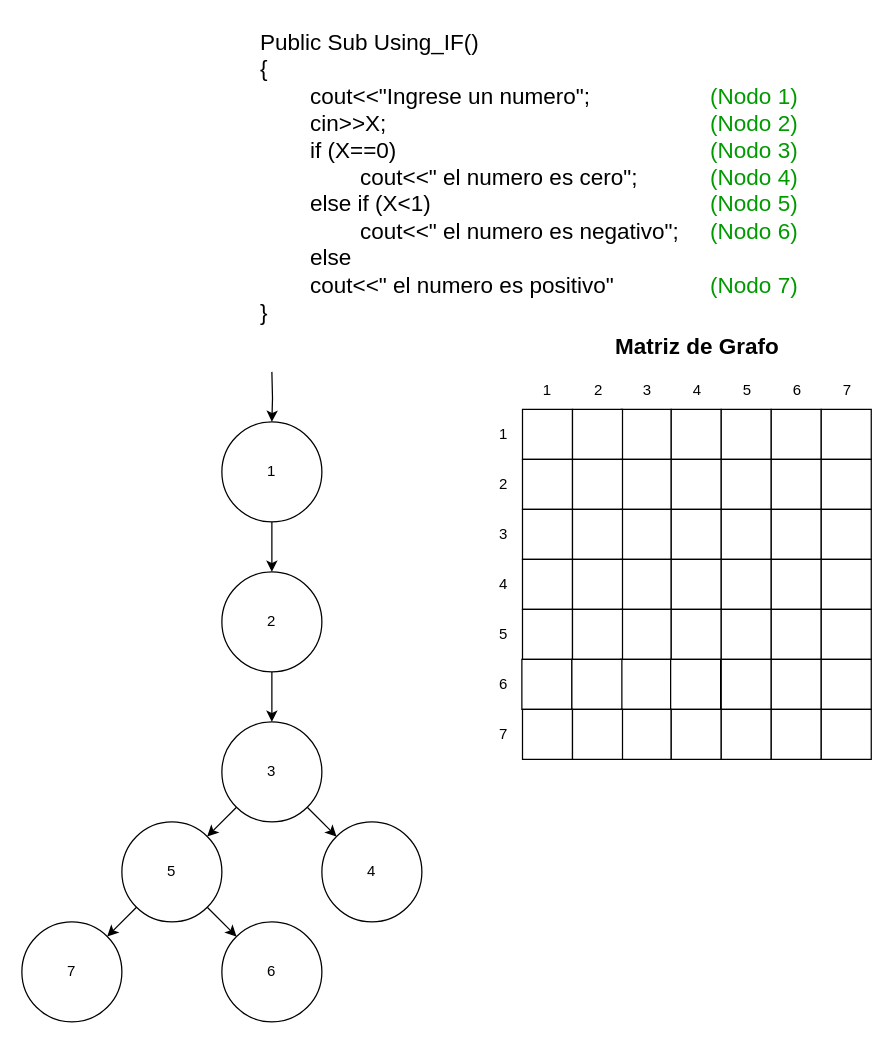
The draw.io diagram page "Matrices_de_grafos_y_de_conexion" (3 of 3) of Grafos_TP4_MII.drawio in JEOrellano/draw.io_TP4_G12_MII_TUSI, before the edit. Source tidied: cells renumbered, new cells numbered last; positions are measured from the earlier drawing's top-left corner, leaving out a move shared by most shapes. Both pictures are drawn from the tidied source at 125%, with x=0, y=0 at pixel (21, 21).
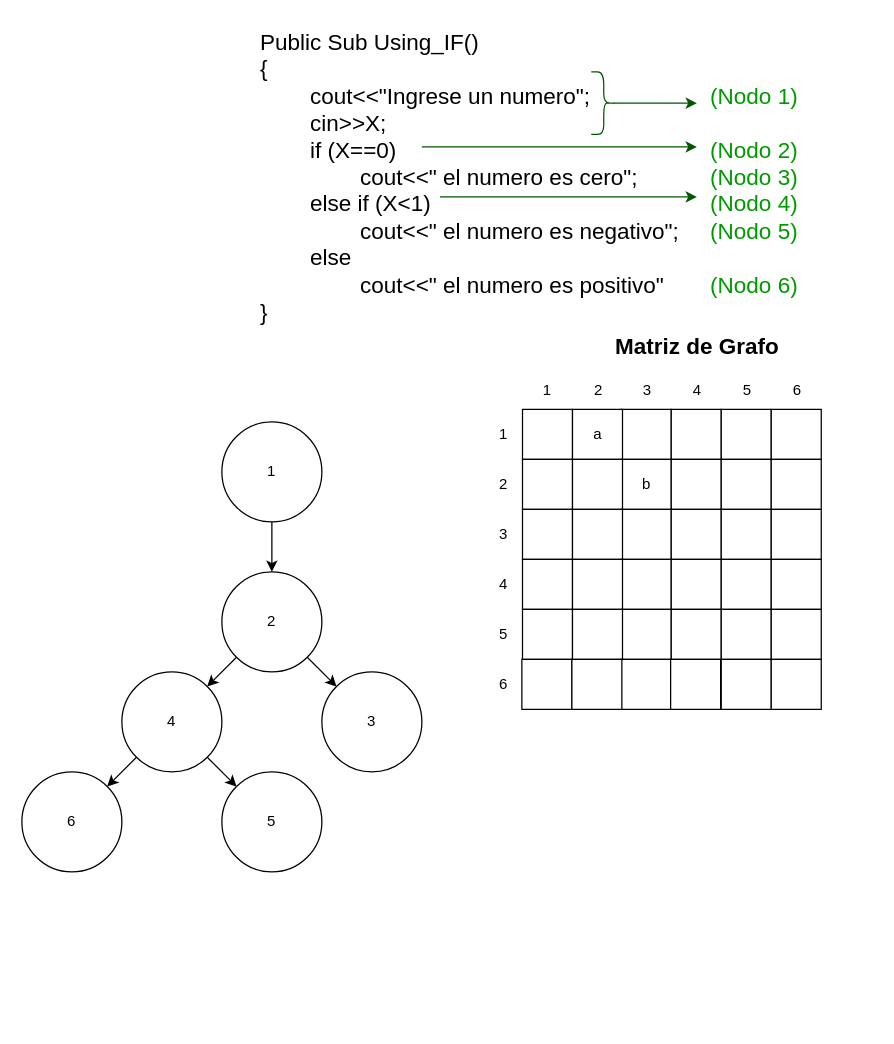
The same page after the edit.

What changed in the source:
```diff
@@
-    <mxCell id="2" value="&lt;div&gt;&lt;span style=&quot;font-size: 18px;&quot;&gt;Public Sub Using_IF()&lt;/span&gt;&lt;/div&gt;&lt;div&gt;&lt;span style=&quot;font-size: 18px; background-color: initial;&quot;&gt;{&lt;/span&gt;&lt;br&gt;&lt;/div&gt;&lt;div&gt;&lt;span style=&quot;background-color: initial; font-size: 18px;&quot;&gt;&lt;span style=&quot;white-space: pre;&quot;&gt;&#9;&lt;/span&gt;cout&amp;lt;&amp;lt;&quot;Ingrese un numero&quot;;&lt;span style=&quot;white-space: pre;&quot;&gt;&#9;&lt;/span&gt;&lt;span style=&quot;white-space: pre;&quot;&gt;&#9;&lt;/span&gt;&lt;span style=&quot;white-space: pre;&quot;&gt;&#9;&lt;/span&gt;&lt;font color=&quot;#009900&quot;&gt;(Nodo 1)&lt;/font&gt;&lt;/span&gt;&lt;br&gt;&lt;/div&gt;&lt;div&gt;&lt;span style=&quot;font-size: 18px;&quot;&gt;&lt;span style=&quot;white-space: pre;&quot;&gt;&#9;&lt;/span&gt;cin&amp;gt;&amp;gt;X;&lt;span style=&quot;white-space: pre;&quot;&gt;&#9;&lt;/span&gt;&lt;span style=&quot;white-space: pre;&quot;&gt;&#9;&lt;/span&gt;&lt;span style=&quot;white-space: pre;&quot;&gt;&#9;&lt;/span&gt;&lt;span style=&quot;white-space: pre;&quot;&gt;&#9;&lt;/span&gt;&lt;span style=&quot;white-space: pre;&quot;&gt;&#9;&lt;/span&gt;&lt;span style=&quot;white-space: pre;&quot;&gt;&#9;&lt;/span&gt;&lt;span style=&quot;white-space: pre;&quot;&gt;&#9;&lt;/span&gt;&lt;font color=&quot;#009900&quot;&gt;(Nodo 2)&lt;/font&gt;&lt;/span&gt;&lt;/div&gt;&lt;div&gt;&lt;span style=&quot;font-size: 18px;&quot;&gt;&lt;span style=&quot;white-space: pre;&quot;&gt;&#9;&lt;/span&gt;if (X==0)&lt;span style=&quot;white-space: pre;&quot;&gt;&#9;&lt;/span&gt;&lt;span style=&quot;white-space: pre;&quot;&gt;&#9;&lt;/span&gt;&lt;span style=&quot;white-space: pre;&quot;&gt;&#9;&lt;/span&gt;&lt;span style=&quot;white-space: pre;&quot;&gt;&#9;&lt;/span&gt;&lt;span style=&quot;white-space: pre;&quot;&gt;&#9;&lt;/span&gt;&lt;span style=&quot;white-space: pre;&quot;&gt;&#9;&lt;/span&gt;&lt;span style=&quot;white-space: pre;&quot;&gt;&#9;&lt;/span&gt;&lt;font color=&quot;#009900&quot;&gt;(Nodo 3)&lt;/font&gt;&lt;/span&gt;&lt;/div&gt;&lt;div&gt;&lt;span style=&quot;font-size: 18px;&quot;&gt;&lt;span style=&quot;white-space: pre;&quot;&gt;&#9;&lt;/span&gt;&lt;span style=&quot;white-space: pre;&quot;&gt;&#9;&lt;/span&gt;cout&amp;lt;&amp;lt;&quot; el numero es cero&quot;;&lt;span style=&quot;white-space: pre;&quot;&gt;&#9;&lt;/span&gt;&lt;span style=&quot;white-space: pre;&quot;&gt;&#9;&lt;/span&gt;&lt;font color=&quot;#009900&quot;&gt;(Nodo 4)&lt;/font&gt;&lt;/span&gt;&lt;/div&gt;&lt;div&gt;&lt;span style=&quot;font-size: 18px;&quot;&gt;&lt;span style=&quot;white-space: pre;&quot;&gt;&#9;&lt;/span&gt;else if (X&amp;lt;1)&lt;span style=&quot;white-space: pre;&quot;&gt;&#9;&lt;/span&gt;&lt;span style=&quot;white-space: pre;&quot;&gt;&#9;&lt;/span&gt;&lt;span style=&quot;white-space: pre;&quot;&gt;&#9;&lt;/span&gt;&lt;span style=&quot;white-space: pre;&quot;&gt;&#9;&lt;/span&gt;&lt;span style=&quot;white-space: pre;&quot;&gt;&#9;&lt;/span&gt;&lt;span style=&quot;white-space: pre;&quot;&gt;&#9;&lt;/span&gt;&lt;font color=&quot;#009900&quot;&gt;(Nodo 5)&lt;/font&gt;&lt;/span&gt;&lt;/div&gt;&lt;div&gt;&lt;span style=&quot;font-size: 18px; background-color: initial;&quot;&gt;&lt;span style=&quot;white-space: pre;&quot;&gt;&#9;&lt;/span&gt;&lt;span style=&quot;white-space: pre;&quot;&gt;&#9;&lt;/span&gt;cout&amp;lt;&amp;lt;&quot; el numero es negativo&quot;;&lt;span style=&quot;white-space: pre;&quot;&gt;&#9;&lt;/span&gt;&lt;font color=&quot;#009900&quot;&gt;(Nodo 6)&lt;/font&gt;&lt;/span&gt;&lt;br&gt;&lt;/div&gt;&lt;div&gt;&lt;span style=&quot;font-size: 18px;&quot;&gt;&lt;span style=&quot;white-space: pre;&quot;&gt;&#9;&lt;/span&gt;else&lt;/span&gt;&lt;/div&gt;&lt;div&gt;&lt;span style=&quot;font-size: 18px;&quot;&gt;&lt;span style=&quot;white-space: pre;&quot;&gt;&#9;&lt;/span&gt;cout&amp;lt;&amp;lt;&quot; el numero es positivo&quot;&lt;span style=&quot;white-space: pre;&quot;&gt;&#9;&lt;/span&gt;&lt;span style=&quot;white-space: pre;&quot;&gt;&#9;&lt;/span&gt;&lt;font color=&quot;#009900&quot;&gt;(Nodo 7)&lt;/font&gt;&lt;/span&gt;&lt;/div&gt;&lt;div&gt;&lt;span style=&quot;font-size: 18px;&quot;&gt;}&lt;br&gt;&lt;/span&gt;&lt;/div&gt;" style="text;html=1;align=left;verticalAlign=middle;strokeColor=none;fillColor=none;" parent="1" vertex="1">
+    <mxCell id="2" value="&lt;div&gt;&lt;span style=&quot;font-size: 18px;&quot;&gt;Public Sub Using_IF()&lt;/span&gt;&lt;/div&gt;&lt;div&gt;&lt;span style=&quot;font-size: 18px; background-color: initial;&quot;&gt;{&lt;/span&gt;&lt;br&gt;&lt;/div&gt;&lt;div&gt;&lt;span style=&quot;background-color: initial; font-size: 18px;&quot;&gt;&lt;span style=&quot;white-space: pre;&quot;&gt;&#9;&lt;/span&gt;cout&amp;lt;&amp;lt;&quot;Ingrese un numero&quot;;&lt;span style=&quot;white-space: pre;&quot;&gt;&#9;&lt;/span&gt;&lt;span style=&quot;white-space: pre;&quot;&gt;&#9;&lt;/span&gt;&lt;span style=&quot;white-space: pre;&quot;&gt;&#9;&lt;/span&gt;&lt;font color=&quot;#009900&quot;&gt;(Nodo 1)&lt;/font&gt;&lt;/span&gt;&lt;br&gt;&lt;/div&gt;&lt;div&gt;&lt;span style=&quot;font-size: 18px;&quot;&gt;&lt;span style=&quot;white-space: pre;&quot;&gt;&#9;&lt;/span&gt;cin&amp;gt;&amp;gt;X;&lt;span style=&quot;white-space: pre;&quot;&gt;&#9;&lt;/span&gt;&lt;span style=&quot;white-space: pre;&quot;&gt;&#9;&lt;/span&gt;&lt;span style=&quot;white-space: pre;&quot;&gt;&#9;&lt;/span&gt;&lt;span style=&quot;white-space: pre;&quot;&gt;&#9;&lt;/span&gt;&lt;span style=&quot;white-space: pre;&quot;&gt;&#9;&lt;/span&gt;&lt;span style=&quot;white-space: pre;&quot;&gt;&#9;&lt;/span&gt;&lt;span style=&quot;white-space: pre;&quot;&gt;&#9;&lt;/span&gt;&lt;/span&gt;&lt;/div&gt;&lt;div&gt;&lt;span style=&quot;font-size: 18px;&quot;&gt;&lt;span style=&quot;white-space: pre;&quot;&gt;&#9;&lt;/span&gt;if (X==0)&lt;span style=&quot;white-space: pre;&quot;&gt;&#9;&lt;/span&gt;&lt;span style=&quot;white-space: pre;&quot;&gt;&#9;&lt;/span&gt;&lt;span style=&quot;white-space: pre;&quot;&gt;&#9;&lt;/span&gt;&lt;span style=&quot;white-space: pre;&quot;&gt;&#9;&lt;/span&gt;&lt;span style=&quot;white-space: pre;&quot;&gt;&#9;&lt;/span&gt;&lt;span style=&quot;white-space: pre;&quot;&gt;&#9;&lt;/span&gt;&lt;span style=&quot;white-space: pre;&quot;&gt;&#9;&lt;/span&gt;&lt;font color=&quot;#009900&quot;&gt;(Nodo 2)&lt;/font&gt;&lt;/span&gt;&lt;/div&gt;&lt;div&gt;&lt;span style=&quot;font-size: 18px;&quot;&gt;&lt;span style=&quot;white-space: pre;&quot;&gt;&#9;&lt;/span&gt;&lt;span style=&quot;white-space: pre;&quot;&gt;&#9;&lt;/span&gt;cout&amp;lt;&amp;lt;&quot; el numero es cero&quot;;&lt;span style=&quot;white-space: pre;&quot;&gt;&#9;&lt;/span&gt;&lt;span style=&quot;white-space: pre;&quot;&gt;&#9;&lt;/span&gt;&lt;font color=&quot;#009900&quot;&gt;(Nodo 3)&lt;/font&gt;&lt;/span&gt;&lt;/div&gt;&lt;div&gt;&lt;span style=&quot;font-size: 18px;&quot;&gt;&lt;span style=&quot;white-space: pre;&quot;&gt;&#9;&lt;/span&gt;else if (X&amp;lt;1)&lt;span style=&quot;white-space: pre;&quot;&gt;&#9;&lt;/span&gt;&lt;span style=&quot;white-space: pre;&quot;&gt;&#9;&lt;/span&gt;&lt;span style=&quot;white-space: pre;&quot;&gt;&#9;&lt;/span&gt;&lt;span style=&quot;white-space: pre;&quot;&gt;&#9;&lt;/span&gt;&lt;span style=&quot;white-space: pre;&quot;&gt;&#9;&lt;/span&gt;&lt;span style=&quot;white-space: pre;&quot;&gt;&#9;&lt;/span&gt;&lt;font color=&quot;#009900&quot;&gt;(Nodo 4)&lt;/font&gt;&lt;/span&gt;&lt;/div&gt;&lt;div&gt;&lt;span style=&quot;font-size: 18px; background-color: initial;&quot;&gt;&lt;span style=&quot;white-space: pre;&quot;&gt;&#9;&lt;/span&gt;&lt;span style=&quot;white-space: pre;&quot;&gt;&#9;&lt;/span&gt;cout&amp;lt;&amp;lt;&quot; el numero es negativo&quot;;&lt;span style=&quot;white-space: pre;&quot;&gt;&#9;&lt;/span&gt;&lt;font color=&quot;#009900&quot;&gt;(Nodo 5)&lt;/font&gt;&lt;/span&gt;&lt;br&gt;&lt;/div&gt;&lt;div&gt;&lt;span style=&quot;font-size: 18px;&quot;&gt;&lt;span style=&quot;white-space: pre;&quot;&gt;&#9;&lt;/span&gt;else&lt;/span&gt;&lt;/div&gt;&lt;div&gt;&lt;span style=&quot;font-size: 18px;&quot;&gt;&lt;span style=&quot;white-space: pre;&quot;&gt;&#9;&lt;span style=&quot;white-space: pre;&quot;&gt;&#9;&lt;/span&gt;&lt;/span&gt;cout&amp;lt;&amp;lt;&quot; el numero es positivo&quot;&lt;span style=&quot;white-space: pre;&quot;&gt;&#9;&lt;/span&gt;&lt;font color=&quot;#009900&quot;&gt;(Nodo 6)&lt;/font&gt;&lt;/span&gt;&lt;/div&gt;&lt;div&gt;&lt;span style=&quot;font-size: 18px;&quot;&gt;}&lt;br&gt;&lt;/span&gt;&lt;/div&gt;" style="text;html=1;align=left;verticalAlign=middle;strokeColor=none;fillColor=none;" parent="1" vertex="1">
       <mxGeometry x="189" width="450" height="250" as="geometry" />
     </mxCell>
-    <mxCell id="3" style="edgeStyle=orthogonalEdgeStyle;rounded=0;jettySize=auto;html=1;entryX=0.5;entryY=0;entryDx=0;entryDy=0;" parent="1" edge="1" target="4">
-      <mxGeometry relative="1" as="geometry">
-        <mxPoint x="200" y="280" as="sourcePoint" />
-      </mxGeometry>
-    </mxCell>
-    <mxCell id="4" value="1" style="ellipse;whiteSpace=wrap;html=1;" parent="1" vertex="1">
-      <mxGeometry x="160" y="320" width="80" height="80" as="geometry" />
-    </mxCell>
@@
-    <mxCell id="7" value="2" style="ellipse;whiteSpace=wrap;html=1;" parent="1" vertex="1">
-      <mxGeometry x="160" y="440" width="80" height="80" as="geometry" />
+    <mxCell id="7" value="1" style="ellipse;whiteSpace=wrap;html=1;" parent="1" vertex="1">
+      <mxGeometry x="160" y="320" width="80" height="80" as="geometry" />
     </mxCell>
-    <mxCell id="8" style="edgeStyle=orthogonalEdgeStyle;rounded=0;jettySize=auto;html=1;entryX=0.5;entryY=0;entryDx=0;entryDy=0;exitX=0.5;exitY=1;exitDx=0;exitDy=0;" parent="1" edge="1" source="4" target="7">
-      <mxGeometry relative="1" as="geometry" />
-    </mxCell>
@@
-    <mxCell id="10" value="5" style="ellipse;whiteSpace=wrap;html=1;" parent="1" vertex="1">
-      <mxGeometry x="80" y="640" width="80" height="80" as="geometry" />
+    <mxCell id="10" value="4" style="ellipse;whiteSpace=wrap;html=1;" parent="1" vertex="1">
+      <mxGeometry x="80" y="520" width="80" height="80" as="geometry" />
     </mxCell>
-    <mxCell id="11" value="4" style="ellipse;whiteSpace=wrap;html=1;" parent="1" vertex="1">
-      <mxGeometry x="240" y="640" width="80" height="80" as="geometry" />
+    <mxCell id="11" value="3" style="ellipse;whiteSpace=wrap;html=1;" parent="1" vertex="1">
+      <mxGeometry x="240" y="520" width="80" height="80" as="geometry" />
     </mxCell>
-    <mxCell id="12" value="3" style="ellipse;whiteSpace=wrap;html=1;" parent="1" vertex="1">
-      <mxGeometry x="160" y="560" width="80" height="80" as="geometry" />
+    <mxCell id="12" value="2" style="ellipse;whiteSpace=wrap;html=1;" parent="1" vertex="1">
+      <mxGeometry x="160" y="440" width="80" height="80" as="geometry" />
     </mxCell>
@@
-    <mxCell id="14" value="7" style="ellipse;whiteSpace=wrap;html=1;" parent="1" vertex="1">
-      <mxGeometry y="720" width="80" height="80" as="geometry" />
+    <mxCell id="14" value="6" style="ellipse;whiteSpace=wrap;html=1;" parent="1" vertex="1">
+      <mxGeometry y="600" width="80" height="80" as="geometry" />
     </mxCell>
@@
-    <mxCell id="16" value="6" style="ellipse;whiteSpace=wrap;html=1;" parent="1" vertex="1">
-      <mxGeometry x="160" y="720" width="80" height="80" as="geometry" />
+    <mxCell id="16" value="5" style="ellipse;whiteSpace=wrap;html=1;" parent="1" vertex="1">
+      <mxGeometry x="160" y="600" width="80" height="80" as="geometry" />
     </mxCell>
@@
-    <mxCell id="22" style="rounded=0;whiteSpace=wrap;html=1;" parent="1" vertex="1">
-      <mxGeometry x="639.5" y="310" width="40" height="40" as="geometry" />
-    </mxCell>
-    <mxCell id="23" style="rounded=0;whiteSpace=wrap;html=1;" parent="1" vertex="1">
+    <mxCell id="23" value="a" style="rounded=0;whiteSpace=wrap;html=1;" parent="1" vertex="1">
       <mxGeometry x="440.5" y="310" width="40" height="40" as="geometry" />
     </mxCell>
@@
-    <mxCell id="25" style="rounded=0;whiteSpace=wrap;html=1;" parent="1" vertex="1">
+    <mxCell id="25" value="b" style="rounded=0;whiteSpace=wrap;html=1;" parent="1" vertex="1">
       <mxGeometry x="479.5" y="350" width="40" height="40" as="geometry" />
     </mxCell>
@@
-    <mxCell id="29" style="rounded=0;whiteSpace=wrap;html=1;" parent="1" vertex="1">
-      <mxGeometry x="639.5" y="350" width="40" height="40" as="geometry" />
-    </mxCell>
@@
-    <mxCell id="36" style="rounded=0;whiteSpace=wrap;html=1;" parent="1" vertex="1">
-      <mxGeometry x="639.5" y="390" width="40" height="40" as="geometry" />
-    </mxCell>
@@
-    <mxCell id="43" style="rounded=0;whiteSpace=wrap;html=1;" parent="1" vertex="1">
-      <mxGeometry x="639.5" y="430" width="40" height="40" as="geometry" />
-    </mxCell>
@@
-    <mxCell id="50" style="rounded=0;whiteSpace=wrap;html=1;" parent="1" vertex="1">
-      <mxGeometry x="639.5" y="470" width="40" height="40" as="geometry" />
-    </mxCell>
@@
-    <mxCell id="57" style="rounded=0;whiteSpace=wrap;html=1;" parent="1" vertex="1">
-      <mxGeometry x="639.5" y="510" width="40" height="40" as="geometry" />
-    </mxCell>
@@
-    <mxCell id="59" style="rounded=0;whiteSpace=wrap;html=1;" parent="1" vertex="1">
-      <mxGeometry x="400.5" y="550" width="40" height="40" as="geometry" />
-    </mxCell>
-    <mxCell id="60" style="rounded=0;whiteSpace=wrap;html=1;" parent="1" vertex="1">
-      <mxGeometry x="479.5" y="550" width="40" height="40" as="geometry" />
-    </mxCell>
-    <mxCell id="61" style="rounded=0;whiteSpace=wrap;html=1;" parent="1" vertex="1">
-      <mxGeometry x="519.5" y="550" width="40" height="40" as="geometry" />
-    </mxCell>
-    <mxCell id="62" style="rounded=0;whiteSpace=wrap;html=1;" parent="1" vertex="1">
-      <mxGeometry x="559.5" y="550" width="40" height="40" as="geometry" />
-    </mxCell>
-    <mxCell id="63" style="rounded=0;whiteSpace=wrap;html=1;" parent="1" vertex="1">
-      <mxGeometry x="599.5" y="550" width="40" height="40" as="geometry" />
-    </mxCell>
-    <mxCell id="64" style="rounded=0;whiteSpace=wrap;html=1;" parent="1" vertex="1">
-      <mxGeometry x="639.5" y="550" width="40" height="40" as="geometry" />
-    </mxCell>
-    <mxCell id="65" style="rounded=0;whiteSpace=wrap;html=1;" parent="1" vertex="1">
-      <mxGeometry x="440.5" y="550" width="40" height="40" as="geometry" />
-    </mxCell>
@@
-    <mxCell id="72" value="7" style="text;html=1;align=center;verticalAlign=middle;strokeColor=none;fillColor=none;" parent="1" vertex="1">
-      <mxGeometry x="644.5" y="280" width="30" height="30" as="geometry" />
-    </mxCell>
@@
-    <mxCell id="79" value="7" style="text;html=1;align=center;verticalAlign=middle;strokeColor=none;fillColor=none;" parent="1" vertex="1">
-      <mxGeometry x="370" y="555" width="30" height="30" as="geometry" />
-    </mxCell>
@@
+    <mxCell id="81" style="edgeStyle=orthogonalEdgeStyle;rounded=0;jettySize=auto;html=1;exitX=0.1;exitY=0.5;exitDx=0;exitDy=0;exitPerimeter=0;fillColor=#008a00;strokeColor=#005700;" parent="1" edge="1" source="82">
+      <mxGeometry relative="1" as="geometry">
+        <mxPoint x="540" y="65" as="targetPoint" />
+      </mxGeometry>
+    </mxCell>
+    <mxCell id="82" style="shape=curlyBracket;whiteSpace=wrap;html=1;rounded=1;flipH=1;labelPosition=right;verticalLabelPosition=middle;align=left;verticalAlign=middle;fillColor=#008a00;strokeColor=#005700;fontColor=#ffffff;" parent="1" vertex="1">
+      <mxGeometry x="455.5" y="40" width="20" height="50" as="geometry" />
+    </mxCell>
+    <mxCell id="83" style="edgeStyle=orthogonalEdgeStyle;rounded=0;orthogonalLoop=1;jettySize=auto;html=1;fillColor=#008a00;strokeColor=#005700;" parent="1" edge="1">
+      <mxGeometry relative="1" as="geometry">
+        <mxPoint x="320" y="100" as="sourcePoint" />
+        <mxPoint x="540" y="100" as="targetPoint" />
+      </mxGeometry>
+    </mxCell>
+    <mxCell id="84" style="edgeStyle=orthogonalEdgeStyle;rounded=0;orthogonalLoop=1;jettySize=auto;html=1;fillColor=#008a00;strokeColor=#005700;" parent="1" edge="1">
+      <mxGeometry relative="1" as="geometry">
+        <mxPoint x="334.5" y="140" as="sourcePoint" />
+        <mxPoint x="540" y="140" as="targetPoint" />
+      </mxGeometry>
+    </mxCell>
```
